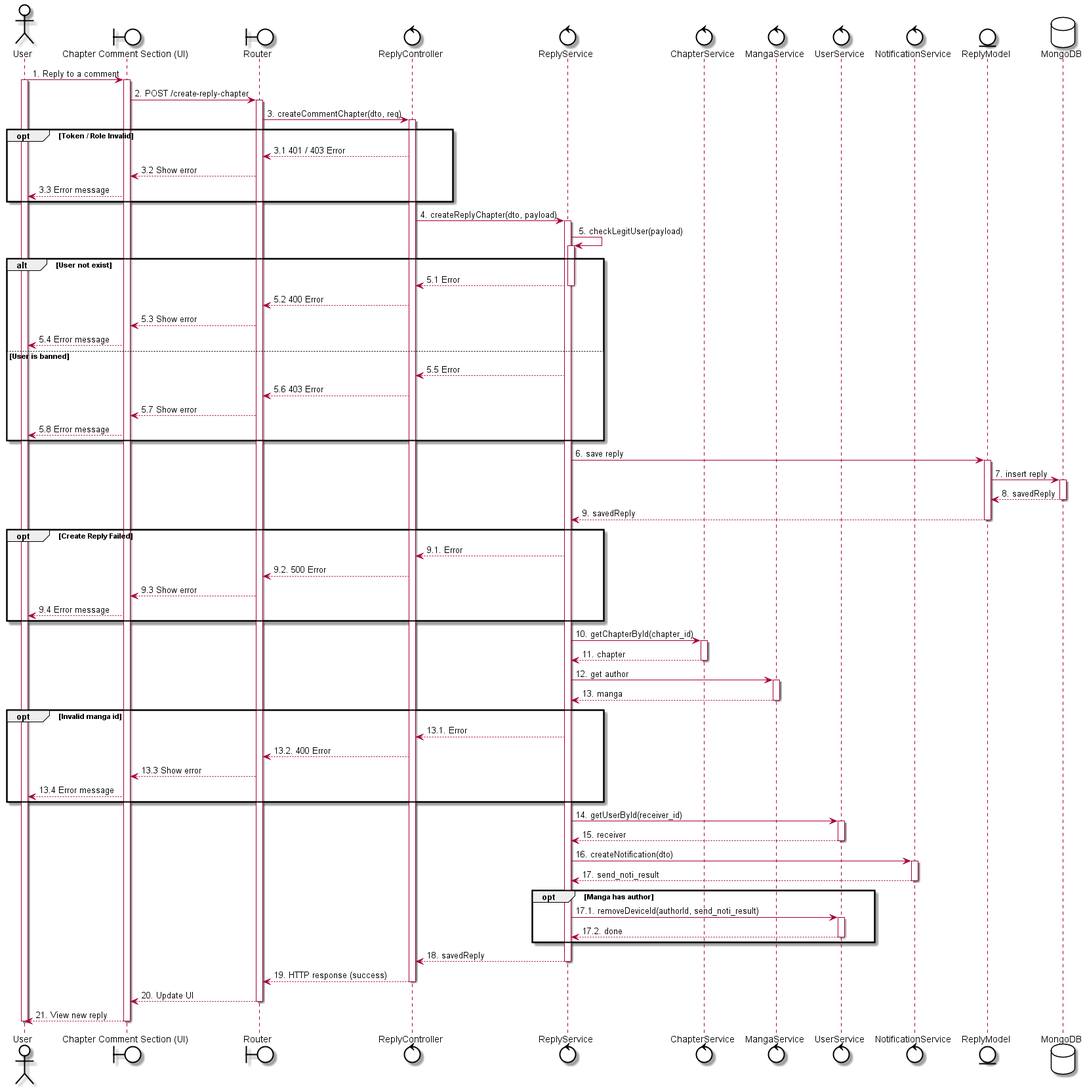
The PlantUML diagram out/uc44 - Reply comment/uc44 - Reply comment.png in LGK1412/sequence_sep490_01, before a commit. The source it was exported from:
```plantuml
@startuml
skinparam {
    ActorBackgroundColor #FFFFFF
    BoundaryBackgroundColor #FFFFFF
    ControlBackgroundColor #FFFFFF
    EntityBackgroundColor #FFFFFF
    DatabaseBackgroundColor #FFFFFF

    ActorBorderColor black
    BoundaryBorderColor black
    ControlBorderColor black
    EntityBorderColor black
    DatabaseBorderColor black
}

actor User
boundary "Chapter Comment Section (UI)" as UI
boundary Router
control ReplyController
control ReplyService
control ChapterService
control MangaService
control UserService
control NotificationService
entity ReplyModel
database MongoDB

User -> UI: 1. Reply to a comment
activate User
activate UI

UI -> Router: 2. POST /create-reply-chapter
activate Router

Router -> ReplyController: 3. createCommentChapter(dto, req)
activate ReplyController

opt Token / Role Invalid
    ReplyController --> Router: 3.1 401 / 403 Error
    Router --> UI: 3.2 Show error
    UI --> User: 3.3 Error message
end

ReplyController -> ReplyService: 4. createReplyChapter(dto, payload)
activate ReplyService

ReplyService -> ReplyService: 5. checkLegitUser(payload)
activate ReplyService

alt User not exist
    ReplyService --> ReplyController: 5.1 Error
    deactivate ReplyService
    ReplyController --> Router: 5.2 400 Error
    Router --> UI: 5.3 Show error
    UI --> User: 5.4 Error message
else User is banned
    ReplyService --> ReplyController: 5.5 Error
    ReplyController --> Router: 5.6 403 Error
    Router --> UI: 5.7 Show error
    UI --> User: 5.8 Error message
end

ReplyService -> ReplyModel: 6. save reply
activate ReplyModel
ReplyModel -> MongoDB: 7. insert reply
activate MongoDB
MongoDB --> ReplyModel: 8. savedReply
deactivate MongoDB
ReplyModel --> ReplyService: 9. savedReply
deactivate ReplyModel

opt Create Reply Failed
    ReplyService --> ReplyController: 9.1. Error
    ReplyController --> Router: 9.2. 500 Error
    Router --> UI: 9.3 Show error
    UI --> User: 9.4 Error message
end

ReplyService -> ChapterService: 10. getChapterById(chapter_id)
activate ChapterService
ChapterService --> ReplyService: 11. chapter
deactivate ChapterService

ReplyService -> MangaService: 12. get author
activate MangaService
MangaService --> ReplyService: 13. manga
deactivate MangaService

opt Invalid manga id
    ReplyService --> ReplyController: 13.1. Error
    ReplyController --> Router: 13.2. 400 Error
    Router --> UI: 13.3 Show error
    UI --> User: 13.4 Error message
end

ReplyService -> UserService: 14. getUserById(receiver_id)
activate UserService
UserService --> ReplyService: 15. receiver
deactivate UserService

ReplyService -> NotificationService: 16. createNotification(dto)
activate NotificationService
NotificationService --> ReplyService: 17. send_noti_result
deactivate NotificationService

opt Manga has author
    ReplyService -> UserService: 17.1. removeDeviceId(authorId, send_noti_result)
    activate UserService
    UserService --> ReplyService: 17.2. done
    deactivate UserService
end

ReplyService --> ReplyController: 18. savedReply
deactivate ReplyService

ReplyController --> Router: 19. HTTP response (success)
deactivate ReplyController
Router --> UI: 20. Update UI
deactivate Router
UI --> User: 21. View new reply
deactivate UI
deactivate User
@enduml
```
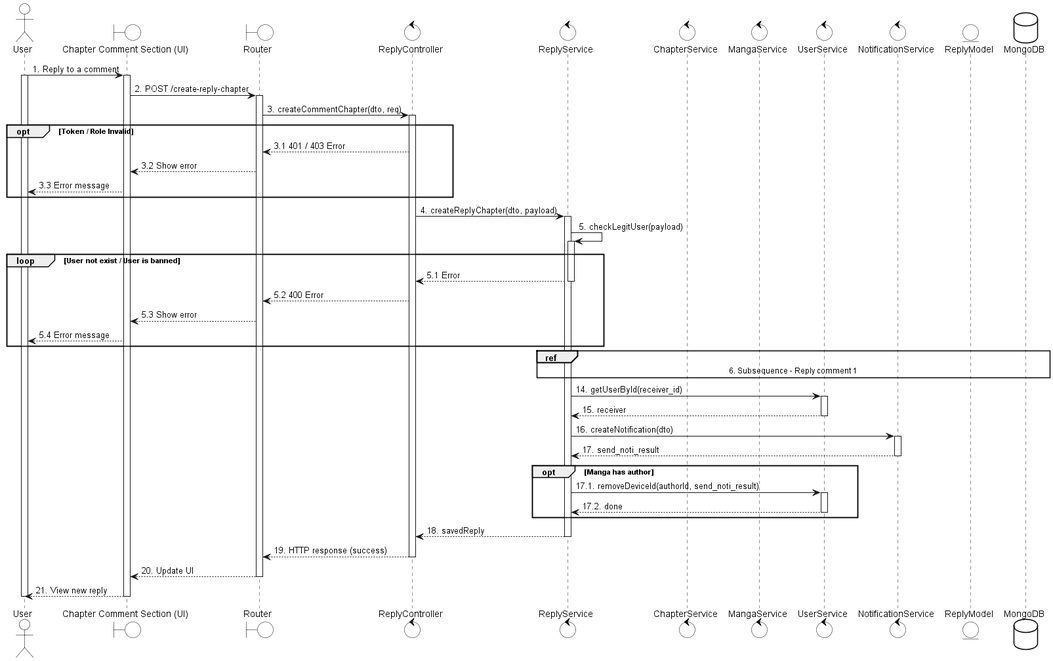
After the change.

Diff of the diagram source:
```diff
@@ -47,51 +47,17 @@
 ReplyService -> ReplyService: 5. checkLegitUser(payload)
 activate ReplyService
 
-alt User not exist
+loop User not exist / User is banned
     ReplyService --> ReplyController: 5.1 Error
     deactivate ReplyService
     ReplyController --> Router: 5.2 400 Error
     Router --> UI: 5.3 Show error
     UI --> User: 5.4 Error message
-else User is banned
-    ReplyService --> ReplyController: 5.5 Error
-    ReplyController --> Router: 5.6 403 Error
-    Router --> UI: 5.7 Show error
-    UI --> User: 5.8 Error message
 end
 
-ReplyService -> ReplyModel: 6. save reply
-activate ReplyModel
-ReplyModel -> MongoDB: 7. insert reply
-activate MongoDB
-MongoDB --> ReplyModel: 8. savedReply
-deactivate MongoDB
-ReplyModel --> ReplyService: 9. savedReply
-deactivate ReplyModel
-
-opt Create Reply Failed
-    ReplyService --> ReplyController: 9.1. Error
-    ReplyController --> Router: 9.2. 500 Error
-    Router --> UI: 9.3 Show error
-    UI --> User: 9.4 Error message
-end
-
-ReplyService -> ChapterService: 10. getChapterById(chapter_id)
-activate ChapterService
-ChapterService --> ReplyService: 11. chapter
-deactivate ChapterService
-
-ReplyService -> MangaService: 12. get author
-activate MangaService
-MangaService --> ReplyService: 13. manga
-deactivate MangaService
-
-opt Invalid manga id
-    ReplyService --> ReplyController: 13.1. Error
-    ReplyController --> Router: 13.2. 400 Error
-    Router --> UI: 13.3 Show error
-    UI --> User: 13.4 Error message
-end
+ref over ReplyService, ReplyModel, MongoDB
+    6. Subsequence - Reply comment 1
+end ref
 
 ReplyService -> UserService: 14. getUserById(receiver_id)
 activate UserService
```
